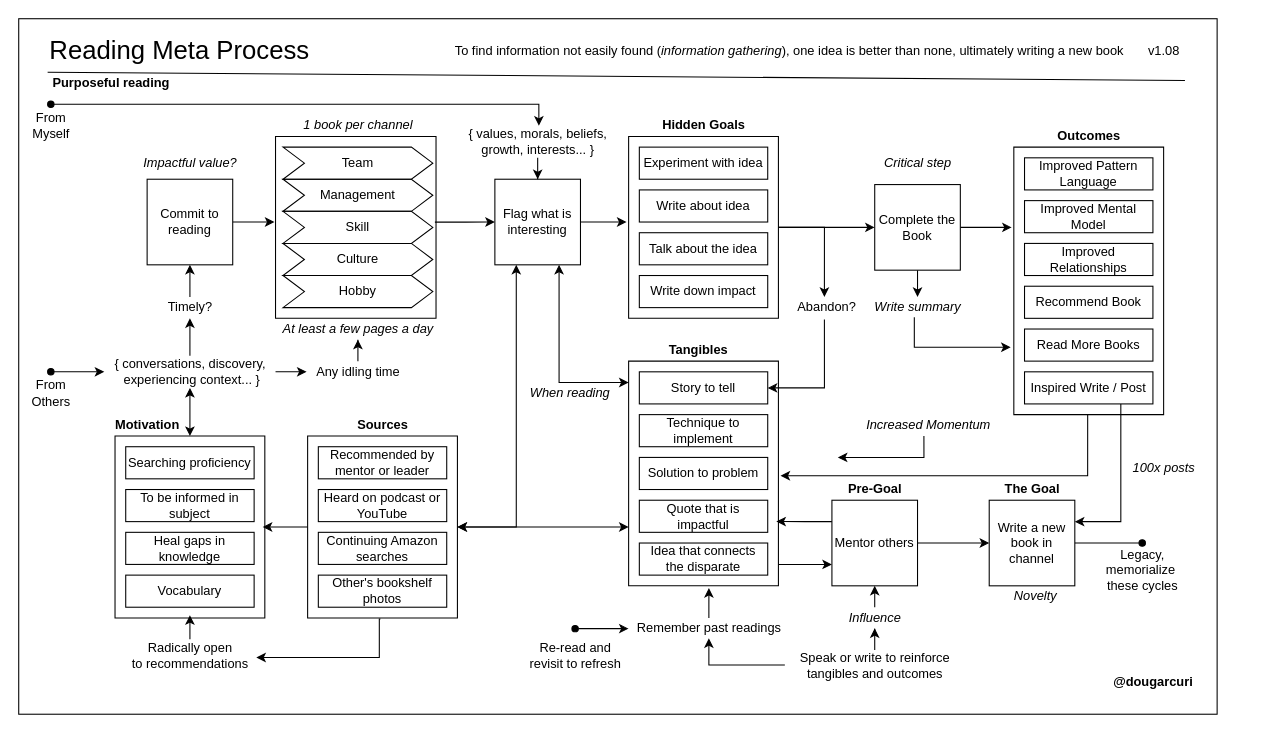
solidi/learning-notes keeps this draw.io diagram as page "reading-process" (1 of 8) of books/diagrams/reading-process.drawio. Above is the earlier version. Source tidied: cells renumbered, new cells numbered last; positions are measured from the earlier drawing's top-left corner, leaving out a move shared by most shapes. Both pictures are drawn from the tidied source at 107%, with x=0, y=0 at pixel (18, 18).
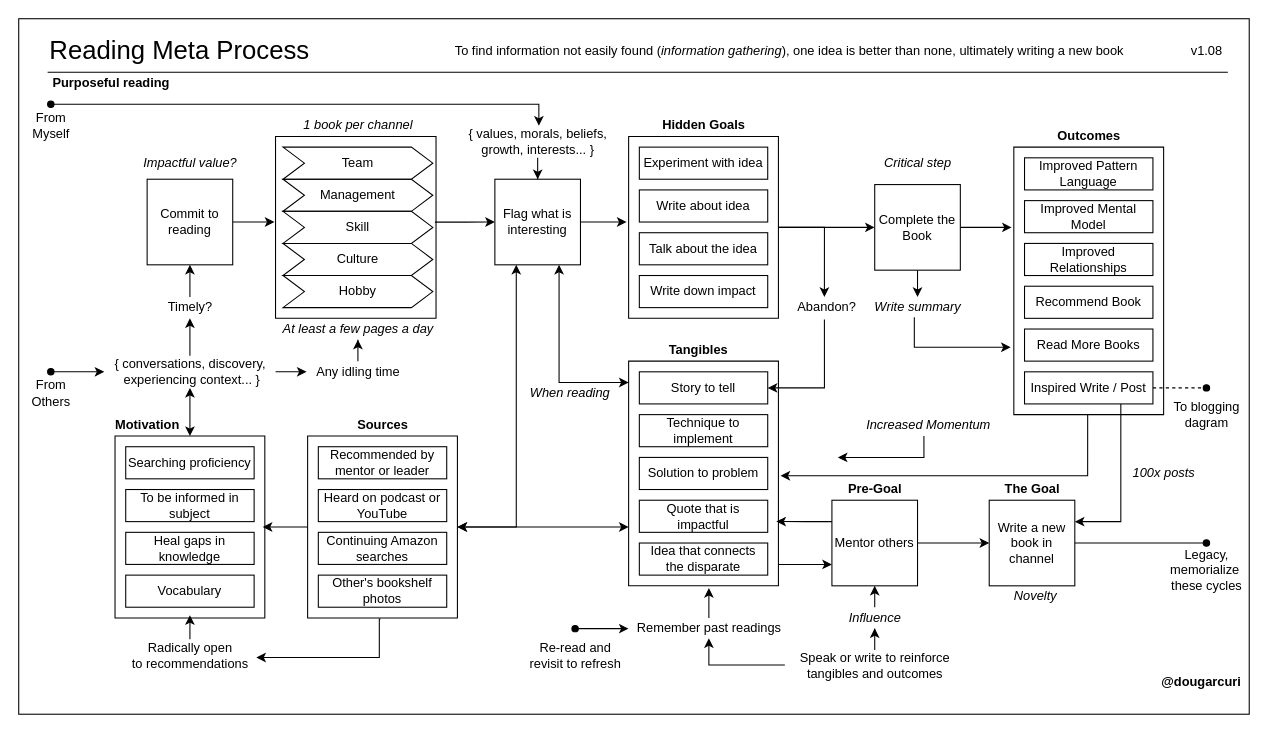
After the change.

Commit message (it also covers changes not shown here):
Update reading diagram to include the blogging path

Unchanged cells that the change refers to:
```xml
<mxCell id="52" value="Write a new book in channel" style="whiteSpace=wrap;html=1;" parent="1" vertex="1">
  <mxGeometry x="907" y="450" width="80" height="80" as="geometry" />
</mxCell>
<mxCell id="107" value="Inspired Write / Post" style="rounded=0;whiteSpace=wrap;html=1;" parent="1" vertex="1">
  <mxGeometry x="940" y="330" width="120" height="30" as="geometry" />
</mxCell>
```

What changed in the source:
```diff
@@
     <mxCell id="2" style="rounded=0;whiteSpace=wrap;html=1;fillColor=none;" parent="1" vertex="1">
-      <mxGeometry width="1120" height="650" as="geometry" />
+      <mxGeometry width="1150" height="650" as="geometry" />
     </mxCell>
@@
     <mxCell id="21" value="v1.08" style="text;html=1;align=center;verticalAlign=middle;" parent="1" vertex="1">
-      <mxGeometry x="1050" y="20" width="40" height="20" as="geometry" />
+      <mxGeometry x="1090" y="20" width="40" height="20" as="geometry" />
     </mxCell>
     <mxCell id="22" value="&lt;b&gt;@dougarcuri&lt;/b&gt;" style="text;html=1;align=center;verticalAlign=middle;" parent="1" vertex="1">
-      <mxGeometry x="1015" y="610" width="90" height="20" as="geometry" />
+      <mxGeometry x="1060" y="610" width="90" height="20" as="geometry" />
     </mxCell>
-    <mxCell id="23" style="endArrow=none;html=1;entryX=0.991;entryY=0.093;entryDx=0;entryDy=0;entryPerimeter=0;" parent="1" edge="1">
+    <mxCell id="23" style="endArrow=none;html=1;" parent="1" edge="1">
       <mxGeometry relative="1" as="geometry">
         <mxPoint x="27" y="50" as="sourcePoint" />
-        <mxPoint x="1089.9" y="57.7" as="targetPoint" />
+        <mxPoint x="1130" y="50" as="targetPoint" />
       </mxGeometry>
     </mxCell>
@@
     <mxCell id="51" style="edgeStyle=orthogonalEdgeStyle;rounded=0;jettySize=auto;html=1;exitX=1;exitY=0.5;exitDx=0;exitDy=0;startArrow=none;startFill=0;endArrow=oval;endFill=1;" parent="1" edge="1" source="52">
       <mxGeometry relative="1" as="geometry">
-        <mxPoint x="1050" y="490" as="targetPoint" />
+        <mxPoint x="1110" y="490" as="targetPoint" />
       </mxGeometry>
     </mxCell>
@@
     <mxCell id="83" value="Legacy, &lt;br&gt;memorialize&amp;nbsp;&lt;br&gt;these cycles" style="text;html=1;align=center;verticalAlign=middle;" parent="1" vertex="1">
-      <mxGeometry x="1010" y="490" width="80" height="50" as="geometry" />
+      <mxGeometry x="1070" y="490" width="80" height="50" as="geometry" />
     </mxCell>
@@
+    <mxCell id="112" style="edgeStyle=orthogonalEdgeStyle;rounded=0;jettySize=auto;html=1;exitX=1;exitY=0.5;exitDx=0;exitDy=0;dashed=1;endArrow=oval;endFill=1;" parent="1" edge="1" source="107">
+      <mxGeometry relative="1" as="geometry">
+        <mxPoint x="1110" y="345" as="targetPoint" />
+      </mxGeometry>
+    </mxCell>
@@
     <mxCell id="110" value="&lt;i&gt;100x posts&lt;/i&gt;" style="text;html=1;align=center;verticalAlign=middle;" parent="1" vertex="1">
-      <mxGeometry x="1035" y="410" width="70" height="20" as="geometry" />
+      <mxGeometry x="1035" y="415" width="70" height="20" as="geometry" />
     </mxCell>
@@
+    <mxCell id="113" value="To blogging&lt;br&gt;dagram" style="text;html=1;align=center;verticalAlign=middle;" parent="1" vertex="1">
+      <mxGeometry x="1070" y="355" width="80" height="30" as="geometry" />
+    </mxCell>
```
